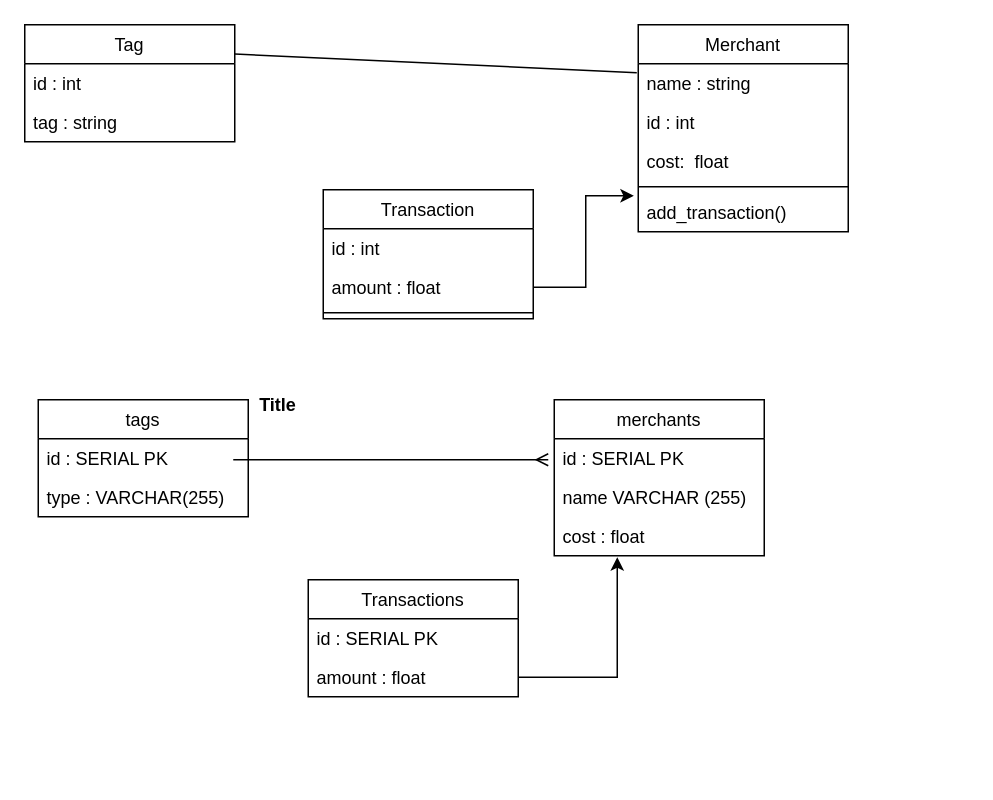
Earlier version of the draw.io diagram Tour Spend Tracker.drawio (lushpurr/project1_spend_tracker). Source tidied: cells renumbered, new cells numbered last; positions are measured from the earlier drawing's top-left corner, leaving out a move shared by most shapes. Both pictures are drawn from the tidied source at 150%, with x=0, y=0 at pixel (24, 24).
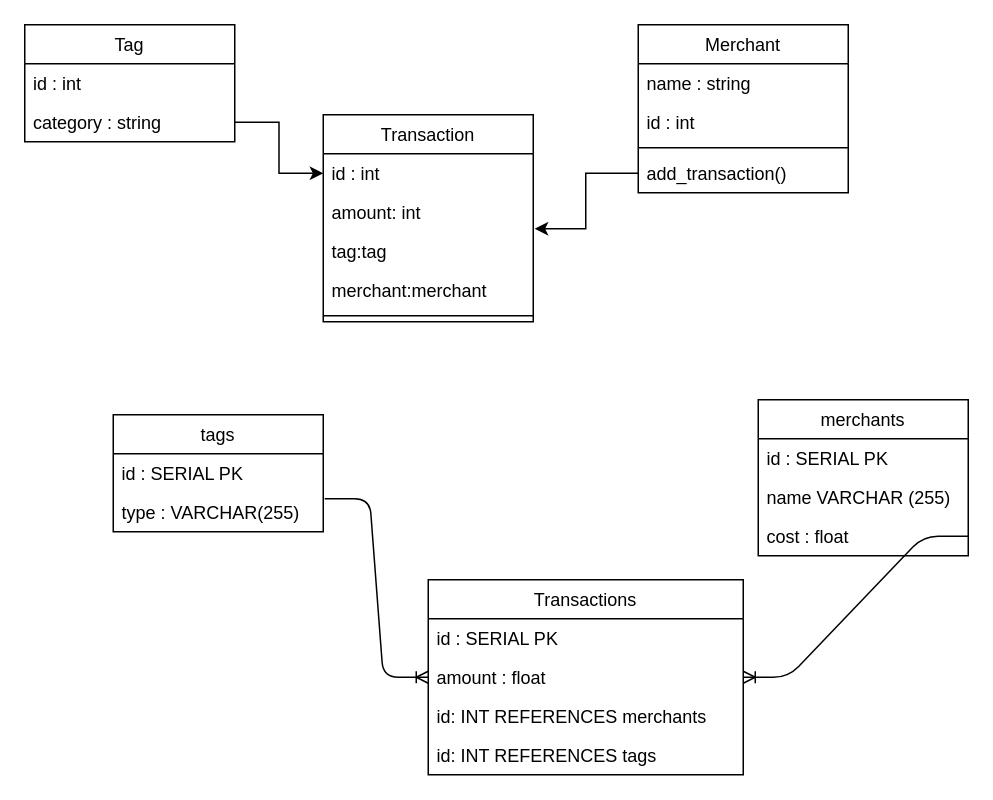
The same page after the edit.

Commit message (it also covers changes not shown here):
updated class diagram

Unchanged cells that the change refers to:
```xml
<mxCell id="2" value="Tag" style="swimlane;fontStyle=0;horizontal=1;startSize=26;fillColor=none;" parent="1" vertex="1">
  <mxGeometry width="140" height="78" as="geometry" />
</mxCell>
<mxCell id="8" value="name : string" style="text;strokeColor=none;fillColor=none;align=left;verticalAlign=top;spacingLeft=4;spacingRight=4;overflow=hidden;points=[[0,0.5],[1,0.5]];portConstraint=eastwest;" parent="7" vertex="1">
  <mxGeometry y="26" width="140" height="26" as="geometry" />
</mxCell>
<mxCell id="19" value="cost : float" style="text;strokeColor=none;fillColor=none;align=left;verticalAlign=top;spacingLeft=4;spacingRight=4;overflow=hidden;points=[[0,0.5],[1,0.5]];portConstraint=eastwest;" parent="16" vertex="1">
  <mxGeometry y="78" width="140" height="26" as="geometry" />
</mxCell>
```

Change to the diagram source:
```diff
@@
-    <mxCell id="4" value="tag : string" style="text;strokeColor=none;fillColor=none;align=left;verticalAlign=top;spacingLeft=4;spacingRight=4;overflow=hidden;points=[[0,0.5],[1,0.5]];portConstraint=eastwest;" parent="2" vertex="1">
+    <mxCell id="4" value="category : string" style="text;strokeColor=none;fillColor=none;align=left;verticalAlign=top;spacingLeft=4;spacingRight=4;overflow=hidden;points=[[0,0.5],[1,0.5]];portConstraint=eastwest;" parent="2" vertex="1">
       <mxGeometry y="52" width="140" height="26" as="geometry" />
     </mxCell>
-    <mxCell id="5" style="edgeStyle=entityRelationEdgeStyle;fontSize=12;html=1;endArrow=ERmany;" parent="1" edge="1">
-      <mxGeometry relative="1" as="geometry">
-        <mxPoint x="139" y="290" as="sourcePoint" />
-        <mxPoint x="349" y="290" as="targetPoint" />
-      </mxGeometry>
-    </mxCell>
-    <mxCell id="6" style="edgeStyle=orthogonalEdgeStyle;rounded=0;jettySize=auto;html=1;entryX=0.3;entryY=1.038;entryDx=0;entryDy=0;entryPerimeter=0;" parent="1" edge="1" source="22" target="19">
-      <mxGeometry relative="1" as="geometry" />
-    </mxCell>
     <mxCell id="7" value="Merchant" style="swimlane;fontStyle=0;horizontal=1;startSize=26;fillColor=none;" parent="1" vertex="1">
-      <mxGeometry x="409" width="140" height="138" as="geometry" />
+      <mxGeometry x="409" width="140" height="112" as="geometry" />
     </mxCell>
@@
-    <mxCell id="10" value="cost:  float" style="text;strokeColor=none;fillColor=none;align=left;verticalAlign=top;spacingLeft=4;spacingRight=4;overflow=hidden;" parent="7" vertex="1">
-      <mxGeometry y="78" width="140" height="26" as="geometry" />
-    </mxCell>
     <mxCell id="11" style="line;strokeWidth=1;fillColor=none;align=left;verticalAlign=middle;spacingTop=-1;spacingLeft=3;spacingRight=3;labelPosition=right;" parent="7" vertex="1">
-      <mxGeometry y="104" width="140" height="8" as="geometry" />
+      <mxGeometry y="78" width="140" height="8" as="geometry" />
     </mxCell>
     <mxCell id="12" value="add_transaction()" style="text;strokeColor=none;fillColor=none;align=left;verticalAlign=top;spacingLeft=4;spacingRight=4;overflow=hidden;points=[[0,0.5],[1,0.5]];portConstraint=eastwest;" parent="7" vertex="1">
-      <mxGeometry y="112" width="140" height="26" as="geometry" />
+      <mxGeometry y="86" width="140" height="26" as="geometry" />
     </mxCell>
-    <mxCell id="13" value="tags" style="swimlane;fontStyle=0;horizontal=1;startSize=26;fillColor=none;" parent="1" vertex="1">
-      <mxGeometry x="9" y="250" width="140" height="78" as="geometry" />
-    </mxCell>
-    <mxCell id="14" value="id : SERIAL PK" style="text;strokeColor=none;fillColor=none;align=left;verticalAlign=top;spacingLeft=4;spacingRight=4;overflow=hidden;" parent="13" vertex="1">
-      <mxGeometry y="26" width="140" height="26" as="geometry" />
-    </mxCell>
-    <mxCell id="15" value="type : VARCHAR(255)" style="text;strokeColor=none;fillColor=none;align=left;verticalAlign=top;spacingLeft=4;spacingRight=4;overflow=hidden;points=[[0,0.5],[1,0.5]];portConstraint=eastwest;" parent="13" vertex="1">
-      <mxGeometry y="52" width="140" height="26" as="geometry" />
-    </mxCell>
+    <mxCell id="30" style="edgeStyle=orthogonalEdgeStyle;rounded=0;jettySize=auto;html=1;entryX=0;entryY=0.5;entryDx=0;entryDy=0;" parent="1" edge="1" source="4" target="24">
+      <mxGeometry relative="1" as="geometry" />
+    </mxCell>
+    <mxCell id="31" style="edgeStyle=orthogonalEdgeStyle;rounded=0;jettySize=auto;html=1;exitX=0;exitY=0.5;exitDx=0;exitDy=0;entryX=1.007;entryY=-0.077;entryDx=0;entryDy=0;entryPerimeter=0;" parent="1" edge="1" source="12" target="25">
+      <mxGeometry relative="1" as="geometry" />
+    </mxCell>
+    <mxCell id="23" value="Transaction" style="swimlane;fontStyle=0;horizontal=1;startSize=26;fillColor=none;" parent="1" vertex="1">
+      <mxGeometry x="199" y="60" width="140" height="138" as="geometry" />
+    </mxCell>
+    <mxCell id="24" value="id : int" style="text;strokeColor=none;fillColor=none;align=left;verticalAlign=top;spacingLeft=4;spacingRight=4;overflow=hidden;points=[[0,0.5],[1,0.5]];portConstraint=eastwest;" parent="23" vertex="1">
+      <mxGeometry y="26" width="140" height="26" as="geometry" />
+    </mxCell>
+    <mxCell id="32" value="amount: int" style="text;strokeColor=none;fillColor=none;align=left;verticalAlign=top;spacingLeft=4;spacingRight=4;overflow=hidden;" parent="23" vertex="1">
+      <mxGeometry y="52" width="140" height="26" as="geometry" />
+    </mxCell>
+    <mxCell id="25" value="tag:tag" style="text;strokeColor=none;fillColor=none;align=left;verticalAlign=top;spacingLeft=4;spacingRight=4;overflow=hidden;points=[[0,0.5],[1,0.5]];portConstraint=eastwest;" parent="23" vertex="1">
+      <mxGeometry y="78" width="140" height="26" as="geometry" />
+    </mxCell>
+    <mxCell id="33" value="merchant:merchant" style="text;strokeColor=none;fillColor=none;align=left;verticalAlign=top;spacingLeft=4;spacingRight=4;overflow=hidden;" parent="23" vertex="1">
+      <mxGeometry y="104" width="140" height="26" as="geometry" />
+    </mxCell>
+    <mxCell id="26" style="line;strokeWidth=1;fillColor=none;align=left;verticalAlign=middle;spacingTop=-1;spacingLeft=3;spacingRight=3;labelPosition=right;" parent="23" vertex="1">
+      <mxGeometry y="130" width="140" height="8" as="geometry" />
+    </mxCell>
+    <mxCell id="34" style="edgeStyle=entityRelationEdgeStyle;fontSize=12;html=1;endArrow=ERoneToMany;exitX=1;exitY=0.5;exitDx=0;exitDy=0;" parent="1" edge="1" source="19" target="22">
+      <mxGeometry relative="1" as="geometry" />
+    </mxCell>
     <mxCell id="16" value="merchants" style="swimlane;fontStyle=0;horizontal=1;startSize=26;fillColor=none;" parent="1" vertex="1">
-      <mxGeometry x="353" y="250" width="140" height="104" as="geometry" />
+      <mxGeometry x="489" y="250" width="140" height="104" as="geometry" />
     </mxCell>
@@
     <mxCell id="20" value="Transactions" style="swimlane;fontStyle=0;horizontal=1;startSize=26;fillColor=none;" parent="1" vertex="1">
-      <mxGeometry x="189" y="370" width="140" height="78" as="geometry" />
+      <mxGeometry x="269" y="370" width="210" height="130" as="geometry" />
     </mxCell>
     <mxCell id="21" value="id : SERIAL PK" style="text;strokeColor=none;fillColor=none;align=left;verticalAlign=top;spacingLeft=4;spacingRight=4;overflow=hidden;" parent="20" vertex="1">
-      <mxGeometry y="26" width="140" height="26" as="geometry" />
+      <mxGeometry y="26" width="210" height="26" as="geometry" />
     </mxCell>
     <mxCell id="22" value="amount : float" style="text;strokeColor=none;fillColor=none;align=left;verticalAlign=top;spacingLeft=4;spacingRight=4;overflow=hidden;points=[[0,0.5],[1,0.5]];portConstraint=eastwest;" parent="20" vertex="1">
-      <mxGeometry y="52" width="140" height="26" as="geometry" />
+      <mxGeometry y="52" width="210" height="26" as="geometry" />
     </mxCell>
-    <mxCell id="23" value="Transaction" style="swimlane;fontStyle=0;horizontal=1;startSize=26;fillColor=none;" parent="1" vertex="1">
-      <mxGeometry x="199" y="110" width="140" height="86" as="geometry" />
-    </mxCell>
-    <mxCell id="24" value="id : int" style="text;strokeColor=none;fillColor=none;align=left;verticalAlign=top;spacingLeft=4;spacingRight=4;overflow=hidden;points=[[0,0.5],[1,0.5]];portConstraint=eastwest;" parent="23" vertex="1">
-      <mxGeometry y="26" width="140" height="26" as="geometry" />
-    </mxCell>
-    <mxCell id="25" value="amount : float" style="text;strokeColor=none;fillColor=none;align=left;verticalAlign=top;spacingLeft=4;spacingRight=4;overflow=hidden;points=[[0,0.5],[1,0.5]];portConstraint=eastwest;" parent="23" vertex="1">
-      <mxGeometry y="52" width="140" height="26" as="geometry" />
-    </mxCell>
-    <mxCell id="26" style="line;strokeWidth=1;fillColor=none;align=left;verticalAlign=middle;spacingTop=-1;spacingLeft=3;spacingRight=3;labelPosition=right;" parent="23" vertex="1">
-      <mxGeometry y="78" width="140" height="8" as="geometry" />
-    </mxCell>
-    <mxCell id="27" style="endArrow=none;html=1;entryX=-0.007;entryY=0.231;entryDx=0;entryDy=0;entryPerimeter=0;exitX=1;exitY=0.25;exitDx=0;exitDy=0;" parent="1" edge="1" source="2" target="8">
-      <mxGeometry relative="1" as="geometry" />
-    </mxCell>
-    <mxCell id="28" value="Title" style="text;align=center;fontStyle=1;verticalAlign=middle;spacingLeft=3;spacingRight=3;strokeColor=none;" parent="1" vertex="1">
-      <mxGeometry x="129" y="240" width="80" height="26" as="geometry" />
-    </mxCell>
-    <mxCell id="29" style="edgeStyle=orthogonalEdgeStyle;rounded=0;jettySize=auto;html=1;entryX=-0.021;entryY=0.077;entryDx=0;entryDy=0;entryPerimeter=0;" parent="1" edge="1" source="25" target="12">
-      <mxGeometry relative="1" as="geometry" />
-    </mxCell>
+    <mxCell id="35" value="id: INT REFERENCES merchants" style="text;strokeColor=none;fillColor=none;align=left;verticalAlign=top;spacingLeft=4;spacingRight=4;overflow=hidden;" parent="20" vertex="1">
+      <mxGeometry y="78" width="210" height="26" as="geometry" />
+    </mxCell>
+    <mxCell id="36" value="id: INT REFERENCES tags" style="text;strokeColor=none;fillColor=none;align=left;verticalAlign=top;spacingLeft=4;spacingRight=4;overflow=hidden;" parent="20" vertex="1">
+      <mxGeometry y="104" width="210" height="26" as="geometry" />
+    </mxCell>
+    <mxCell id="37" style="edgeStyle=entityRelationEdgeStyle;fontSize=12;html=1;endArrow=ERoneToMany;exitX=1.007;exitY=0.154;exitDx=0;exitDy=0;exitPerimeter=0;entryX=0;entryY=0.5;entryDx=0;entryDy=0;" parent="1" edge="1" source="15" target="22">
+      <mxGeometry relative="1" as="geometry" />
+    </mxCell>
+    <mxCell id="13" value="tags" style="swimlane;fontStyle=0;horizontal=1;startSize=26;fillColor=none;" parent="1" vertex="1">
+      <mxGeometry x="59" y="260" width="140" height="78" as="geometry" />
+    </mxCell>
+    <mxCell id="14" value="id : SERIAL PK" style="text;strokeColor=none;fillColor=none;align=left;verticalAlign=top;spacingLeft=4;spacingRight=4;overflow=hidden;" parent="13" vertex="1">
+      <mxGeometry y="26" width="140" height="26" as="geometry" />
+    </mxCell>
+    <mxCell id="15" value="type : VARCHAR(255)" style="text;strokeColor=none;fillColor=none;align=left;verticalAlign=top;spacingLeft=4;spacingRight=4;overflow=hidden;points=[[0,0.5],[1,0.5]];portConstraint=eastwest;" parent="13" vertex="1">
+      <mxGeometry y="52" width="140" height="26" as="geometry" />
+    </mxCell>
```
